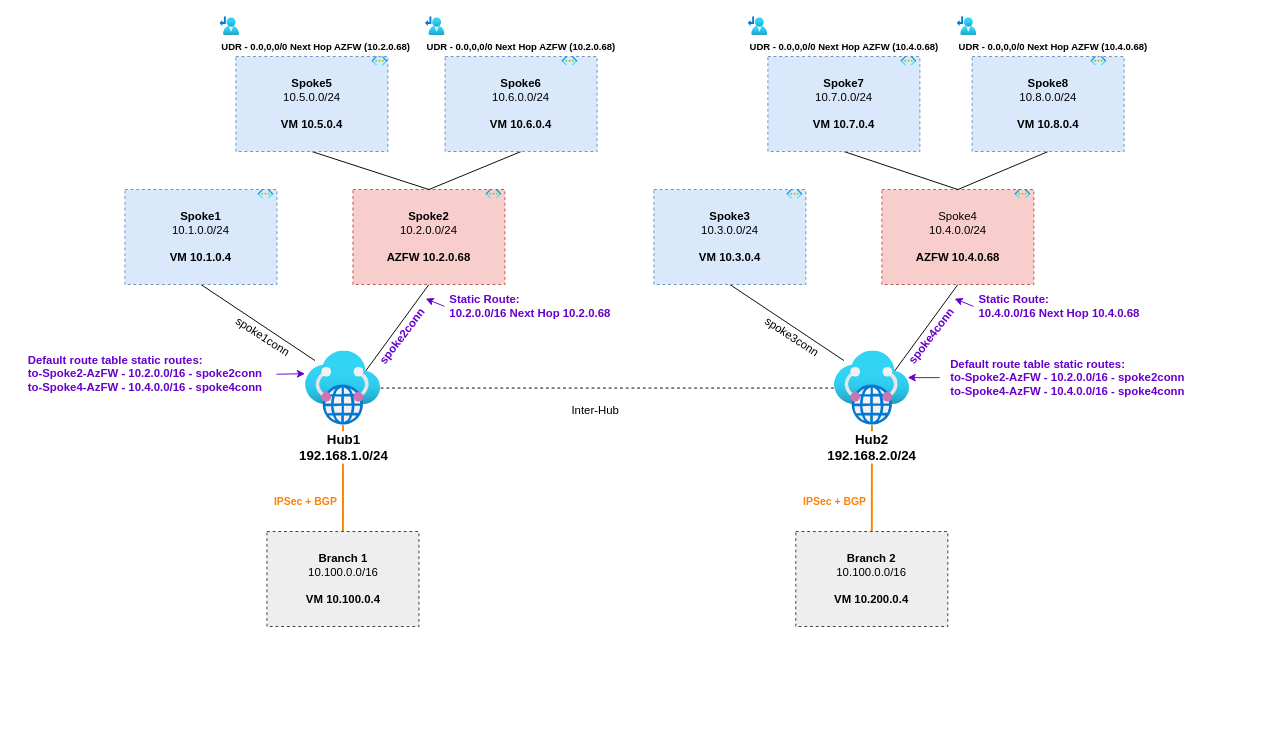
Earlier version of the draw.io diagram inter-region-azfw/media/diagram.drawio (dmauser/azure-virtualwan). Source tidied: cells renumbered, new cells numbered last; positions are measured from the earlier drawing's top-left corner, leaving out a move shared by most shapes. Both pictures are drawn from the tidied source at 95%, with x=0, y=0 at pixel (16, 16).
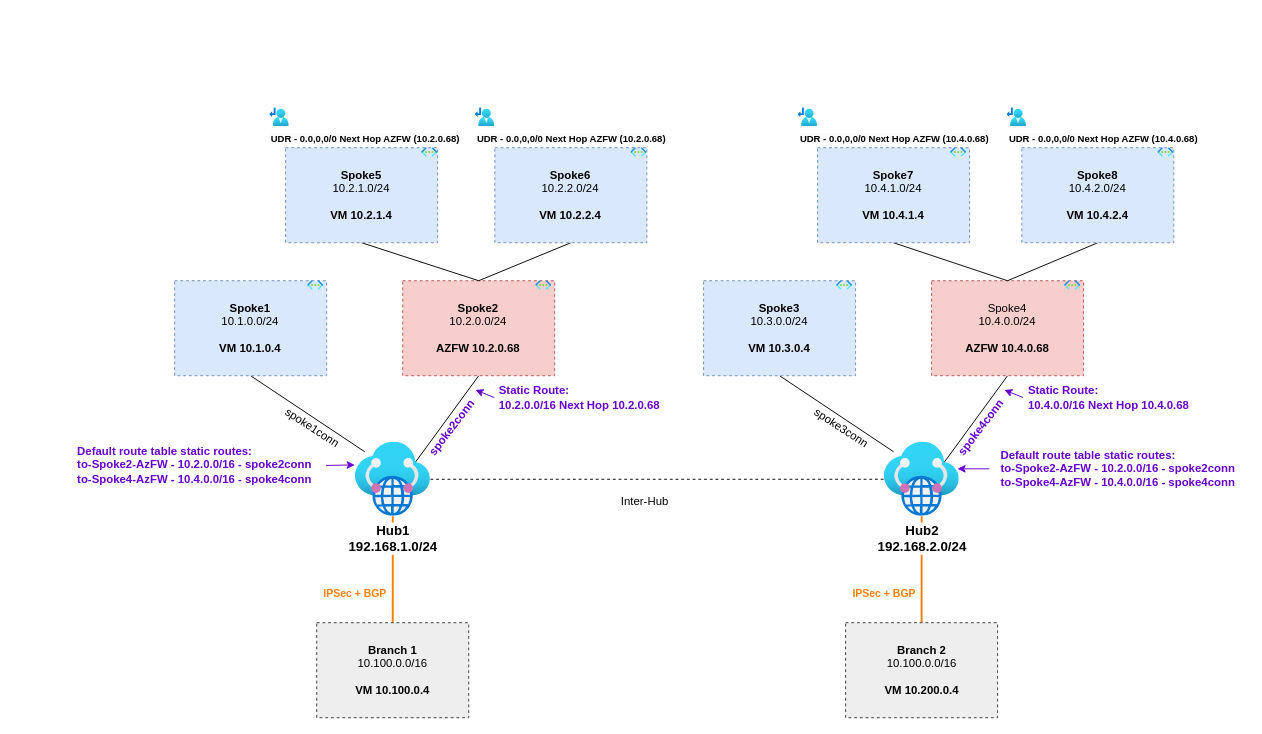
The same page after the edit.

Change to the diagram source:
```diff
@@
     <mxCell id="2" style="edgeStyle=none;html=1;exitX=0.5;exitY=1;exitDx=0;exitDy=0;endArrow=none;endFill=0;" parent="1" edge="1" source="3">
       <mxGeometry relative="1" as="geometry">
-        <mxPoint x="314" y="362" as="targetPoint" />
+        <mxPoint x="366.4" y="458" as="targetPoint" />
       </mxGeometry>
     </mxCell>
     <mxCell id="3" value="&lt;b&gt;Spoke1&lt;/b&gt;&lt;br&gt;10.1.0.0/24&lt;br&gt;&lt;br&gt;&lt;b&gt;VM 10.1.0.4&lt;/b&gt;" style="whiteSpace=wrap;html=1;fillColor=#dae8fc;strokeColor=#6c8ebf;dashed=1;" parent="1" vertex="1">
-      <mxGeometry x="114" y="182" width="160" height="100" as="geometry" />
+      <mxGeometry x="166.3" y="278" width="160" height="100" as="geometry" />
     </mxCell>
     <mxCell id="4" style="html=1;align=center;image;fontSize=12;image=img/lib/azure2/networking/Virtual_Networks.svg;dashed=1;" parent="1" vertex="1">
-      <mxGeometry x="254" y="182" width="16.8" height="10" as="geometry" />
+      <mxGeometry x="306.4" y="278" width="16.8" height="10" as="geometry" />
     </mxCell>
@@
     <mxCell id="6" value="&lt;b&gt;Spoke2&lt;/b&gt;&lt;br&gt;10.2.0.0/24&lt;br&gt;&lt;br&gt;&lt;b&gt;AZFW 10.2.0.68&lt;/b&gt;" style="whiteSpace=wrap;html=1;fillColor=#f8cecc;strokeColor=#b85450;dashed=1;" parent="1" vertex="1">
-      <mxGeometry x="354" y="182" width="160" height="100" as="geometry" />
+      <mxGeometry x="406.4" y="278" width="160" height="100" as="geometry" />
     </mxCell>
     <mxCell id="7" style="html=1;align=center;image;fontSize=12;image=img/lib/azure2/networking/Virtual_Networks.svg;dashed=1;" parent="1" vertex="1">
-      <mxGeometry x="494" y="182" width="16.8" height="10" as="geometry" />
+      <mxGeometry x="546.4" y="278" width="16.8" height="10" as="geometry" />
     </mxCell>
@@
-    <mxCell id="9" value="&lt;b&gt;Spoke5&lt;/b&gt;&lt;br&gt;10.5.0.0/24&lt;br&gt;&lt;br&gt;&lt;b&gt;VM 10.5.0.4&lt;/b&gt;" style="whiteSpace=wrap;html=1;fillColor=#dae8fc;strokeColor=#6c8ebf;dashed=1;" parent="1" vertex="1">
-      <mxGeometry x="230.8" y="42" width="160" height="100" as="geometry" />
+    <mxCell id="9" value="&lt;b&gt;Spoke5&lt;/b&gt;&lt;br&gt;10.2.1.0/24&lt;br&gt;&lt;br&gt;&lt;b&gt;VM 10.2.1.4&lt;/b&gt;" style="whiteSpace=wrap;html=1;fillColor=#dae8fc;strokeColor=#6c8ebf;dashed=1;" parent="1" vertex="1">
+      <mxGeometry x="283.1" y="138" width="160" height="100" as="geometry" />
     </mxCell>
     <mxCell id="10" style="html=1;align=center;image;fontSize=12;image=img/lib/azure2/networking/Virtual_Networks.svg;dashed=1;" parent="1" vertex="1">
-      <mxGeometry x="374" y="42" width="16.8" height="10" as="geometry" />
+      <mxGeometry x="426.4" y="138" width="16.8" height="10" as="geometry" />
     </mxCell>
     <mxCell id="11" style="edgeStyle=none;html=1;exitX=0.5;exitY=1;exitDx=0;exitDy=0;endArrow=none;endFill=0;" parent="1" edge="1" source="12">
       <mxGeometry relative="1" as="geometry">
-        <mxPoint x="434" y="182" as="targetPoint" />
+        <mxPoint x="486.4" y="278" as="targetPoint" />
       </mxGeometry>
     </mxCell>
-    <mxCell id="12" value="&lt;b&gt;Spoke6&lt;/b&gt;&lt;br&gt;10.6.0.0/24&lt;br&gt;&lt;br&gt;&lt;b&gt;VM 10.6.0.4&lt;/b&gt;" style="whiteSpace=wrap;html=1;fillColor=#dae8fc;strokeColor=#6c8ebf;dashed=1;" parent="1" vertex="1">
-      <mxGeometry x="451" y="42" width="160" height="100" as="geometry" />
+    <mxCell id="12" value="&lt;b&gt;Spoke6&lt;/b&gt;&lt;br&gt;10.2.2.0/24&lt;br&gt;&lt;br&gt;&lt;b&gt;VM 10.2.2.4&lt;/b&gt;" style="whiteSpace=wrap;html=1;fillColor=#dae8fc;strokeColor=#6c8ebf;dashed=1;" parent="1" vertex="1">
+      <mxGeometry x="503.4" y="138" width="160" height="100" as="geometry" />
     </mxCell>
     <mxCell id="13" style="html=1;align=center;image;fontSize=12;image=img/lib/azure2/networking/Virtual_Networks.svg;dashed=1;" parent="1" vertex="1">
-      <mxGeometry x="574" y="42" width="16.8" height="10" as="geometry" />
+      <mxGeometry x="646.6" y="138" width="16.8" height="10" as="geometry" />
     </mxCell>
@@
     <mxCell id="17" value="&lt;b style=&quot;font-size: 14px;&quot;&gt;Hub1&lt;br style=&quot;font-size: 14px;&quot;&gt;192.168.1.0/24&lt;/b&gt;" style="html=1;points=[];align=center;image;fontSize=14;image=img/lib/azure2/networking/Virtual_WANs.svg;" parent="1" vertex="1">
-      <mxGeometry x="304" y="352" width="79.2" height="78" as="geometry" />
+      <mxGeometry x="356.4" y="448" width="79.2" height="78" as="geometry" />
     </mxCell>
     <mxCell id="18" value="&lt;b&gt;Branch 1&lt;/b&gt;&lt;br&gt;10.100.0.0/16&lt;br&gt;&lt;br&gt;&lt;b&gt;VM 10.100.0.4&lt;/b&gt;" style="whiteSpace=wrap;html=1;fillColor=#eeeeee;strokeColor=#36393d;dashed=1;" parent="1" vertex="1">
-      <mxGeometry x="263.5" y="542" width="160" height="100" as="geometry" />
+      <mxGeometry x="315.9" y="638" width="160" height="100" as="geometry" />
     </mxCell>
     <mxCell id="19" value="spoke1conn" style="text;html=1;align=center;verticalAlign=middle;strokeColor=none;fillColor=none;rotation=33.1;" parent="1" vertex="1">
-      <mxGeometry x="214" y="322" width="90" height="30" as="geometry" />
+      <mxGeometry x="266.4" y="418" width="90" height="30" as="geometry" />
     </mxCell>
     <mxCell id="20" value="spoke2conn" style="text;html=1;align=center;verticalAlign=middle;points=[];strokeColor=none;fillColor=none;rotation=-52.7;fontColor=#6600CC;fontStyle=1;" parent="1" vertex="1">
-      <mxGeometry x="361" y="322" width="90" height="30" as="geometry" />
+      <mxGeometry x="413.4" y="418" width="90" height="30" as="geometry" />
     </mxCell>
@@
     <mxCell id="22" value="Static Route:&lt;br&gt;10.2.0.0/16 Next Hop 10.2.0.68" style="text;html=1;align=left;verticalAlign=middle;points=[];strokeColor=none;fillColor=none;fontColor=#6600CC;fontStyle=1;" parent="1" vertex="1">
-      <mxGeometry x="454" y="285" width="190" height="40" as="geometry" />
+      <mxGeometry x="506.4" y="381" width="190" height="40" as="geometry" />
     </mxCell>
@@
     <mxCell id="24" value="&lt;div style=&quot;text-align: left;&quot;&gt;&lt;span style=&quot;background-color: initial;&quot;&gt;Default route table static routes:&lt;/span&gt;&lt;/div&gt;&lt;div style=&quot;text-align: left;&quot;&gt;&lt;span style=&quot;background-color: initial;&quot;&gt;to-Spoke2-AzFW - 10.2.0.0/16 - spoke2conn&lt;/span&gt;&lt;/div&gt;&lt;div style=&quot;text-align: left;&quot;&gt;&lt;span style=&quot;background-color: initial;&quot;&gt;to-Spoke4-AzFW - 10.4.0.0/16 - spoke4conn&lt;/span&gt;&lt;/div&gt;" style="text;html=1;align=center;verticalAlign=middle;points=[];strokeColor=none;fillColor=none;fontColor=#6600CC;fontStyle=1;" parent="1" vertex="1">
-      <mxGeometry x="-0.3" y="346" width="270" height="60" as="geometry" />
+      <mxGeometry x="52" y="442" width="270" height="60" as="geometry" />
     </mxCell>
     <mxCell id="25" style="edgeStyle=none;html=1;exitX=0.5;exitY=1;exitDx=0;exitDy=0;endArrow=none;endFill=0;" parent="1" edge="1" source="26">
       <mxGeometry relative="1" as="geometry">
-        <mxPoint x="870.8" y="362" as="targetPoint" />
+        <mxPoint x="923.1" y="458" as="targetPoint" />
       </mxGeometry>
     </mxCell>
     <mxCell id="26" value="&lt;b&gt;Spoke3&lt;/b&gt;&lt;br&gt;10.3.0.0/24&lt;br&gt;&lt;br&gt;&lt;b&gt;VM 10.3.0.4&lt;/b&gt;" style="whiteSpace=wrap;html=1;fillColor=#dae8fc;strokeColor=#6c8ebf;dashed=1;" parent="1" vertex="1">
-      <mxGeometry x="670.8" y="182" width="160" height="100" as="geometry" />
+      <mxGeometry x="723.1" y="278" width="160" height="100" as="geometry" />
     </mxCell>
     <mxCell id="27" style="html=1;align=center;image;fontSize=12;image=img/lib/azure2/networking/Virtual_Networks.svg;dashed=1;" parent="1" vertex="1">
-      <mxGeometry x="810.8" y="182" width="16.8" height="10" as="geometry" />
+      <mxGeometry x="863.1" y="278" width="16.8" height="10" as="geometry" />
     </mxCell>
@@
     <mxCell id="29" value="Spoke4&lt;br&gt;10.4.0.0/24&lt;br&gt;&lt;br&gt;&lt;b&gt;AZFW 10.4.0.68&lt;/b&gt;" style="whiteSpace=wrap;html=1;fillColor=#f8cecc;strokeColor=#b85450;dashed=1;" parent="1" vertex="1">
-      <mxGeometry x="910.8" y="182" width="160" height="100" as="geometry" />
+      <mxGeometry x="963.1" y="278" width="160" height="100" as="geometry" />
     </mxCell>
     <mxCell id="30" style="html=1;align=center;image;fontSize=12;image=img/lib/azure2/networking/Virtual_Networks.svg;dashed=1;" parent="1" vertex="1">
-      <mxGeometry x="1050.8" y="182" width="16.8" height="10" as="geometry" />
+      <mxGeometry x="1103.1" y="278" width="16.8" height="10" as="geometry" />
     </mxCell>
@@
-    <mxCell id="32" value="&lt;b&gt;Spoke7&lt;/b&gt;&lt;br&gt;10.7.0.0/24&lt;br&gt;&lt;br&gt;&lt;b&gt;VM 10.7.0.4&lt;/b&gt;" style="whiteSpace=wrap;html=1;fillColor=#dae8fc;strokeColor=#6c8ebf;dashed=1;" parent="1" vertex="1">
-      <mxGeometry x="790.8" y="42" width="160" height="100" as="geometry" />
+    <mxCell id="32" value="&lt;b&gt;Spoke7&lt;/b&gt;&lt;br&gt;10.4.1.0/24&lt;br&gt;&lt;br&gt;&lt;b&gt;VM 10.4.1.4&lt;/b&gt;" style="whiteSpace=wrap;html=1;fillColor=#dae8fc;strokeColor=#6c8ebf;dashed=1;" parent="1" vertex="1">
+      <mxGeometry x="843.1" y="138" width="160" height="100" as="geometry" />
     </mxCell>
     <mxCell id="33" style="html=1;align=center;image;fontSize=12;image=img/lib/azure2/networking/Virtual_Networks.svg;dashed=1;" parent="1" vertex="1">
-      <mxGeometry x="930.8" y="42" width="16.8" height="10" as="geometry" />
+      <mxGeometry x="983.1" y="138" width="16.8" height="10" as="geometry" />
     </mxCell>
     <mxCell id="34" style="edgeStyle=none;html=1;exitX=0.5;exitY=1;exitDx=0;exitDy=0;endArrow=none;endFill=0;" parent="1" edge="1" source="35">
       <mxGeometry relative="1" as="geometry">
-        <mxPoint x="990.8" y="182" as="targetPoint" />
+        <mxPoint x="1043.1" y="278" as="targetPoint" />
       </mxGeometry>
     </mxCell>
-    <mxCell id="35" value="&lt;b&gt;Spoke8&lt;/b&gt;&lt;br&gt;10.8.0.0/24&lt;br&gt;&lt;br&gt;&lt;b&gt;VM 10.8.0.4&lt;/b&gt;" style="whiteSpace=wrap;html=1;fillColor=#dae8fc;strokeColor=#6c8ebf;dashed=1;" parent="1" vertex="1">
-      <mxGeometry x="1005.8" y="42" width="160" height="100" as="geometry" />
+    <mxCell id="35" value="&lt;b&gt;Spoke8&lt;/b&gt;&lt;br&gt;10.4.2.0/24&lt;br&gt;&lt;br&gt;&lt;b&gt;VM 10.4.2.4&lt;/b&gt;" style="whiteSpace=wrap;html=1;fillColor=#dae8fc;strokeColor=#6c8ebf;dashed=1;" parent="1" vertex="1">
+      <mxGeometry x="1058.1" y="138" width="160" height="100" as="geometry" />
     </mxCell>
     <mxCell id="36" style="html=1;align=center;image;fontSize=12;image=img/lib/azure2/networking/Virtual_Networks.svg;dashed=1;" parent="1" vertex="1">
-      <mxGeometry x="1130.8" y="42" width="16.8" height="10" as="geometry" />
+      <mxGeometry x="1201.3" y="138" width="16.8" height="10" as="geometry" />
     </mxCell>
@@
     <mxCell id="39" value="&lt;b style=&quot;font-size: 14px;&quot;&gt;Hub2&lt;br style=&quot;font-size: 14px;&quot;&gt;192.168.2.0/24&lt;/b&gt;" style="html=1;points=[];align=center;image;fontSize=14;image=img/lib/azure2/networking/Virtual_WANs.svg;" parent="1" vertex="1">
-      <mxGeometry x="860.8" y="352" width="79.2" height="78" as="geometry" />
+      <mxGeometry x="913.1" y="448" width="79.2" height="78" as="geometry" />
     </mxCell>
     <mxCell id="40" value="&lt;b&gt;Branch 2&lt;/b&gt;&lt;br&gt;10.100.0.0/16&lt;br&gt;&lt;br&gt;&lt;b&gt;VM 10.200.0.4&lt;/b&gt;" style="whiteSpace=wrap;html=1;fillColor=#eeeeee;strokeColor=#36393d;dashed=1;" parent="1" vertex="1">
-      <mxGeometry x="820.2" y="542" width="160" height="100" as="geometry" />
+      <mxGeometry x="872.6" y="638" width="160" height="100" as="geometry" />
     </mxCell>
     <mxCell id="41" value="spoke3conn" style="text;html=1;align=center;verticalAlign=middle;strokeColor=none;fillColor=none;rotation=33.1;" parent="1" vertex="1">
-      <mxGeometry x="770.8" y="322" width="90" height="30" as="geometry" />
+      <mxGeometry x="823.1" y="418" width="90" height="30" as="geometry" />
     </mxCell>
     <mxCell id="42" value="spoke4conn" style="text;html=1;align=center;verticalAlign=middle;points=[];strokeColor=none;fillColor=none;rotation=-52.7;fontColor=#6600CC;fontStyle=1;" parent="1" vertex="1">
-      <mxGeometry x="917.8" y="322" width="90" height="30" as="geometry" />
+      <mxGeometry x="970.1" y="418" width="90" height="30" as="geometry" />
     </mxCell>
@@
     <mxCell id="44" value="Static Route:&lt;br&gt;10.4.0.0/16 Next Hop 10.4.0.68" style="text;html=1;align=left;verticalAlign=middle;points=[];strokeColor=none;fillColor=none;fontColor=#6600CC;fontStyle=1;" parent="1" vertex="1">
-      <mxGeometry x="1010.8" y="285" width="190" height="40" as="geometry" />
+      <mxGeometry x="1063.1" y="381" width="190" height="40" as="geometry" />
     </mxCell>
     <mxCell id="45" style="edgeStyle=none;html=1;strokeColor=#6600CC;fontColor=#6600CC;exitX=0.002;exitY=0.5;exitDx=0;exitDy=0;exitPerimeter=0;" parent="1" edge="1" source="46">
       <mxGeometry relative="1" as="geometry">
-        <mxPoint x="938" y="380" as="targetPoint" />
+        <mxPoint x="990.4" y="476" as="targetPoint" />
       </mxGeometry>
     </mxCell>
     <mxCell id="46" value="&lt;div style=&quot;text-align: left;&quot;&gt;&lt;span style=&quot;background-color: initial;&quot;&gt;Default route table static routes:&lt;/span&gt;&lt;/div&gt;&lt;div style=&quot;text-align: left;&quot;&gt;&lt;span style=&quot;background-color: initial;&quot;&gt;to-Spoke2-AzFW - 10.2.0.0/16 - spoke2conn&lt;/span&gt;&lt;/div&gt;&lt;div style=&quot;text-align: left;&quot;&gt;&lt;span style=&quot;background-color: initial;&quot;&gt;to-Spoke4-AzFW - 10.4.0.0/16 - spoke4conn&lt;/span&gt;&lt;/div&gt;" style="text;html=1;align=center;verticalAlign=middle;points=[];strokeColor=none;fillColor=none;fontColor=#6600CC;fontStyle=1;" parent="1" vertex="1">
-      <mxGeometry x="971.1" y="350" width="270" height="60" as="geometry" />
+      <mxGeometry x="1023.5" y="446" width="270" height="60" as="geometry" />
     </mxCell>
     <mxCell id="47" value="Inter-Hub" style="text;html=1;align=center;verticalAlign=middle;strokeColor=none;fillColor=none;fontColor=#000000;" parent="1" vertex="1">
-      <mxGeometry x="574" y="400" width="70" height="30" as="geometry" />
+      <mxGeometry x="626.4" y="496" width="70" height="30" as="geometry" />
     </mxCell>
     <mxCell id="48" value="&lt;span style=&quot;color: rgb(0, 0, 0); font-size: 10px; background-color: rgb(251, 251, 251);&quot;&gt;UDR - 0.0,0,0/0 Next Hop AZFW (10.2.0.68)&lt;/span&gt;" style="html=1;align=left;image;fontSize=10;image=img/lib/azure2/networking/Route_Tables.svg;fontColor=#FF8000;fontStyle=1;" parent="1" vertex="1">
-      <mxGeometry x="214" width="20.6" height="20" as="geometry" />
+      <mxGeometry x="266.4" y="96" width="20.6" height="20" as="geometry" />
     </mxCell>
     <mxCell id="49" value="&lt;span style=&quot;color: rgb(0, 0, 0); font-size: 10px; background-color: rgb(251, 251, 251);&quot;&gt;UDR - 0.0,0,0/0 Next Hop AZFW (10.2.0.68)&lt;/span&gt;" style="html=1;align=left;image;fontSize=10;image=img/lib/azure2/networking/Route_Tables.svg;fontColor=#FF8000;fontStyle=1;" parent="1" vertex="1">
-      <mxGeometry x="430.4" width="20.6" height="20" as="geometry" />
+      <mxGeometry x="482.7" y="96" width="20.6" height="20" as="geometry" />
     </mxCell>
     <mxCell id="50" value="&lt;span style=&quot;color: rgb(0, 0, 0); font-size: 10px; background-color: rgb(251, 251, 251);&quot;&gt;UDR - 0.0,0,0/0 Next Hop AZFW (10.4.0.68)&lt;/span&gt;" style="html=1;align=left;image;fontSize=10;image=img/lib/azure2/networking/Route_Tables.svg;fontColor=#FF8000;fontStyle=1;" parent="1" vertex="1">
-      <mxGeometry x="770.1" width="20.6" height="20" as="geometry" />
+      <mxGeometry x="822.5" y="96" width="20.6" height="20" as="geometry" />
     </mxCell>
     <mxCell id="51" value="&lt;span style=&quot;color: rgb(0, 0, 0); font-size: 10px; background-color: rgb(251, 251, 251);&quot;&gt;UDR - 0.0,0,0/0 Next Hop AZFW (10.4.0.68)&lt;/span&gt;" style="html=1;align=left;image;fontSize=10;image=img/lib/azure2/networking/Route_Tables.svg;fontColor=#FF8000;fontStyle=1;" parent="1" vertex="1">
-      <mxGeometry x="990.1" width="20.6" height="20" as="geometry" />
+      <mxGeometry x="1042.5" y="96" width="20.6" height="20" as="geometry" />
     </mxCell>
```
